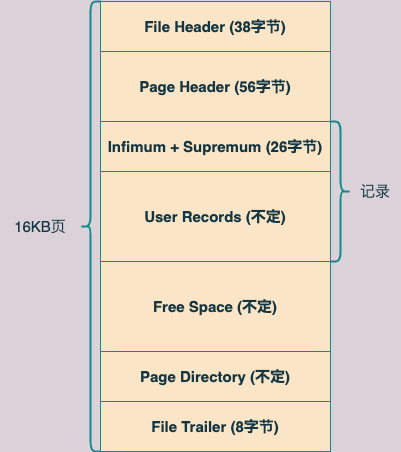
Before: assets/InnoDB数据页结构示意图.png, a diagram exported from draw.io (gwwwwt/mysql_8.0.4). Source tidied: cells renumbered, new cells last; positions are measured from the earlier drawing's top-left corner, leaving out a move shared by most shapes. Source of this version:
```xml
<mxGraphModel background="#DAD2D8">
  <root>
    <mxCell id="0" />
    <mxCell id="1" parent="0" />
    <mxCell id="2" value="Infimum + Supremum (26字节)" style="rounded=0;whiteSpace=wrap;html=1;sketch=0;fontColor=#143642;strokeColor=#0F8B8D;fillColor=#FAE5C7;fontSize=15;fontStyle=1;" parent="1" vertex="1">
      <mxGeometry x="100" y="120" width="230" height="50" as="geometry" />
    </mxCell>
    <mxCell id="3" value="File Header (38字节)" style="rounded=0;whiteSpace=wrap;html=1;sketch=0;fontColor=#143642;strokeColor=#0F8B8D;fillColor=#FAE5C7;fontSize=15;fontStyle=1;" parent="1" vertex="1">
      <mxGeometry x="100" width="230" height="50" as="geometry" />
    </mxCell>
    <mxCell id="4" value="Page Header (56字节)" style="rounded=0;whiteSpace=wrap;html=1;sketch=0;fontColor=#143642;strokeColor=#0F8B8D;fillColor=#FAE5C7;fontSize=15;fontStyle=1;" parent="1" vertex="1">
      <mxGeometry x="100" y="50" width="230" height="70" as="geometry" />
    </mxCell>
    <mxCell id="5" value="User Records (不定)" style="rounded=0;whiteSpace=wrap;html=1;sketch=0;fontColor=#143642;strokeColor=#0F8B8D;fillColor=#FAE5C7;fontSize=15;fontStyle=1;" parent="1" vertex="1">
      <mxGeometry x="100" y="170" width="230" height="90" as="geometry" />
    </mxCell>
    <mxCell id="6" value="Free Space (不定)" style="rounded=0;whiteSpace=wrap;html=1;sketch=0;fontColor=#143642;strokeColor=#0F8B8D;fillColor=#FAE5C7;fontSize=15;fontStyle=1;" parent="1" vertex="1">
      <mxGeometry x="100" y="260" width="230" height="90" as="geometry" />
    </mxCell>
    <mxCell id="7" value="Page Directory (不定)" style="rounded=0;whiteSpace=wrap;html=1;sketch=0;fontColor=#143642;strokeColor=#0F8B8D;fillColor=#FAE5C7;fontSize=15;fontStyle=1;" parent="1" vertex="1">
      <mxGeometry x="100" y="350" width="230" height="50" as="geometry" />
    </mxCell>
    <mxCell id="8" value="File Trailer (8字节)" style="rounded=0;whiteSpace=wrap;html=1;sketch=0;fontColor=#143642;strokeColor=#0F8B8D;fillColor=#FAE5C7;fontSize=15;fontStyle=1;" parent="1" vertex="1">
      <mxGeometry x="100" y="400" width="230" height="50" as="geometry" />
    </mxCell>
    <mxCell id="9" style="shape=curlyBracket;whiteSpace=wrap;html=1;rounded=1;sketch=0;fontSize=15;fontColor=#143642;strokeColor=#0F8B8D;fillColor=#FAE5C7;strokeWidth=2;" parent="1" vertex="1">
      <mxGeometry x="80" width="20" height="450" as="geometry" />
    </mxCell>
    <mxCell id="10" value="16KB页" style="text;html=1;strokeColor=none;fillColor=none;align=center;verticalAlign=middle;whiteSpace=wrap;rounded=0;sketch=0;fontSize=15;fontColor=#143642;" parent="1" vertex="1">
      <mxGeometry y="215" width="80" height="20" as="geometry" />
    </mxCell>
    <mxCell id="11" style="shape=curlyBracket;whiteSpace=wrap;html=1;rounded=1;flipH=1;sketch=0;fontSize=15;fontColor=#143642;strokeColor=#0F8B8D;strokeWidth=2;fillColor=#FAE5C7;" parent="1" vertex="1">
      <mxGeometry x="330" y="120" width="20" height="140" as="geometry" />
    </mxCell>
    <mxCell id="12" value="记录" style="text;html=1;strokeColor=none;fillColor=none;align=center;verticalAlign=middle;whiteSpace=wrap;rounded=0;sketch=0;fontSize=15;fontColor=#143642;" parent="1" vertex="1">
      <mxGeometry x="350" y="180" width="50" height="20" as="geometry" />
    </mxCell>
  </root>
</mxGraphModel>
```
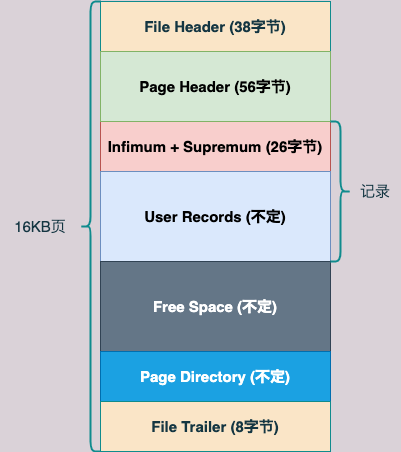
After the commit.

Commit message:
Update InnoDB数据页结构示意图.png

What changed in the source:
```diff
@@ -2,22 +2,22 @@
   <root>
     <mxCell id="0" />
     <mxCell id="1" parent="0" />
-    <mxCell id="2" value="Infimum + Supremum (26字节)" style="rounded=0;whiteSpace=wrap;html=1;sketch=0;fontColor=#143642;strokeColor=#0F8B8D;fillColor=#FAE5C7;fontSize=15;fontStyle=1;" parent="1" vertex="1">
+    <mxCell id="2" value="Infimum + Supremum (26字节)" style="rounded=0;whiteSpace=wrap;html=1;sketch=0;strokeColor=#b85450;fillColor=#f8cecc;fontSize=15;fontStyle=1;" parent="1" vertex="1">
       <mxGeometry x="100" y="120" width="230" height="50" as="geometry" />
     </mxCell>
     <mxCell id="3" value="File Header (38字节)" style="rounded=0;whiteSpace=wrap;html=1;sketch=0;fontColor=#143642;strokeColor=#0F8B8D;fillColor=#FAE5C7;fontSize=15;fontStyle=1;" parent="1" vertex="1">
       <mxGeometry x="100" width="230" height="50" as="geometry" />
     </mxCell>
-    <mxCell id="4" value="Page Header (56字节)" style="rounded=0;whiteSpace=wrap;html=1;sketch=0;fontColor=#143642;strokeColor=#0F8B8D;fillColor=#FAE5C7;fontSize=15;fontStyle=1;" parent="1" vertex="1">
+    <mxCell id="4" value="Page Header (56字节)" style="rounded=0;whiteSpace=wrap;html=1;sketch=0;strokeColor=#82b366;fillColor=#d5e8d4;fontSize=15;fontStyle=1;" parent="1" vertex="1">
       <mxGeometry x="100" y="50" width="230" height="70" as="geometry" />
     </mxCell>
-    <mxCell id="5" value="User Records (不定)" style="rounded=0;whiteSpace=wrap;html=1;sketch=0;fontColor=#143642;strokeColor=#0F8B8D;fillColor=#FAE5C7;fontSize=15;fontStyle=1;" parent="1" vertex="1">
+    <mxCell id="5" value="User Records (不定)" style="rounded=0;whiteSpace=wrap;html=1;sketch=0;strokeColor=#6c8ebf;fillColor=#dae8fc;fontSize=15;fontStyle=1;" parent="1" vertex="1">
       <mxGeometry x="100" y="170" width="230" height="90" as="geometry" />
     </mxCell>
-    <mxCell id="6" value="Free Space (不定)" style="rounded=0;whiteSpace=wrap;html=1;sketch=0;fontColor=#143642;strokeColor=#0F8B8D;fillColor=#FAE5C7;fontSize=15;fontStyle=1;" parent="1" vertex="1">
+    <mxCell id="6" value="Free Space (不定)" style="rounded=0;whiteSpace=wrap;html=1;sketch=0;fontColor=#ffffff;strokeColor=#314354;fillColor=#647687;fontSize=15;fontStyle=1;" parent="1" vertex="1">
       <mxGeometry x="100" y="260" width="230" height="90" as="geometry" />
     </mxCell>
-    <mxCell id="7" value="Page Directory (不定)" style="rounded=0;whiteSpace=wrap;html=1;sketch=0;fontColor=#143642;strokeColor=#0F8B8D;fillColor=#FAE5C7;fontSize=15;fontStyle=1;" parent="1" vertex="1">
+    <mxCell id="7" value="Page Directory (不定)" style="rounded=0;whiteSpace=wrap;html=1;sketch=0;fontColor=#ffffff;strokeColor=#006EAF;fillColor=#1ba1e2;fontSize=15;fontStyle=1;" parent="1" vertex="1">
       <mxGeometry x="100" y="350" width="230" height="50" as="geometry" />
     </mxCell>
     <mxCell id="8" value="File Trailer (8字节)" style="rounded=0;whiteSpace=wrap;html=1;sketch=0;fontColor=#143642;strokeColor=#0F8B8D;fillColor=#FAE5C7;fontSize=15;fontStyle=1;" parent="1" vertex="1">
```
